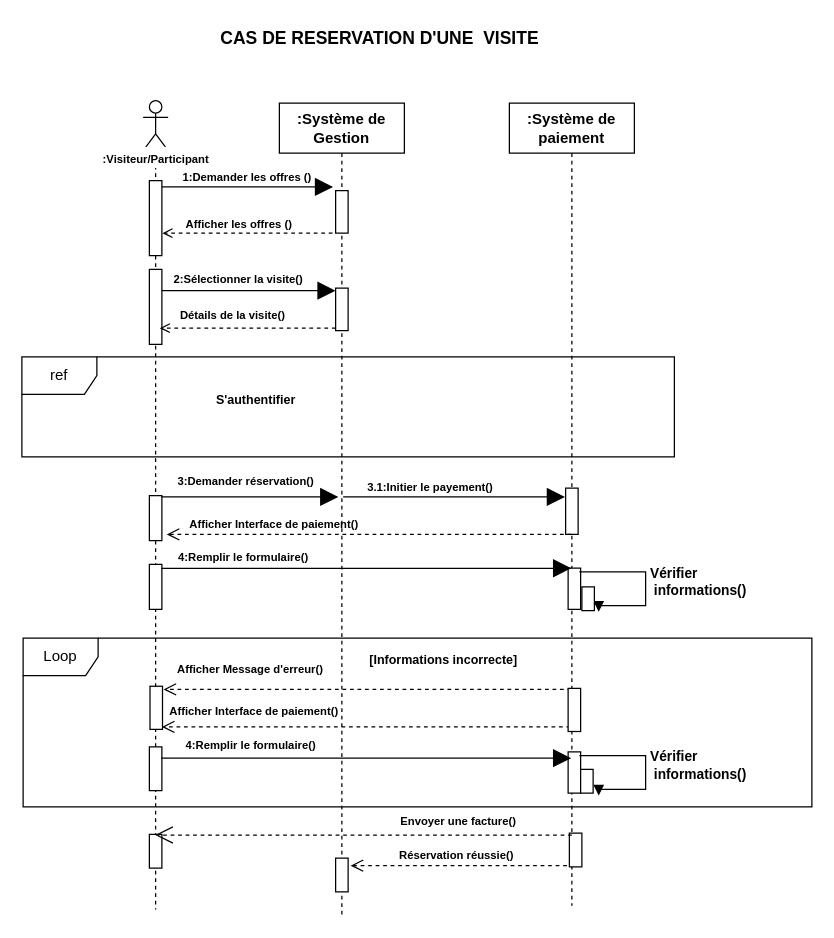
The draw.io diagram Diagramme sans nom.drawio in louis-fresnel99/TpGasaL1, before the edit. Source tidied: cells renumbered, new cells numbered last; positions are measured from the earlier drawing's top-left corner, leaving out a move shared by most shapes. Both pictures are drawn from the tidied source at 125%, with x=0, y=0 at pixel (21, 21).
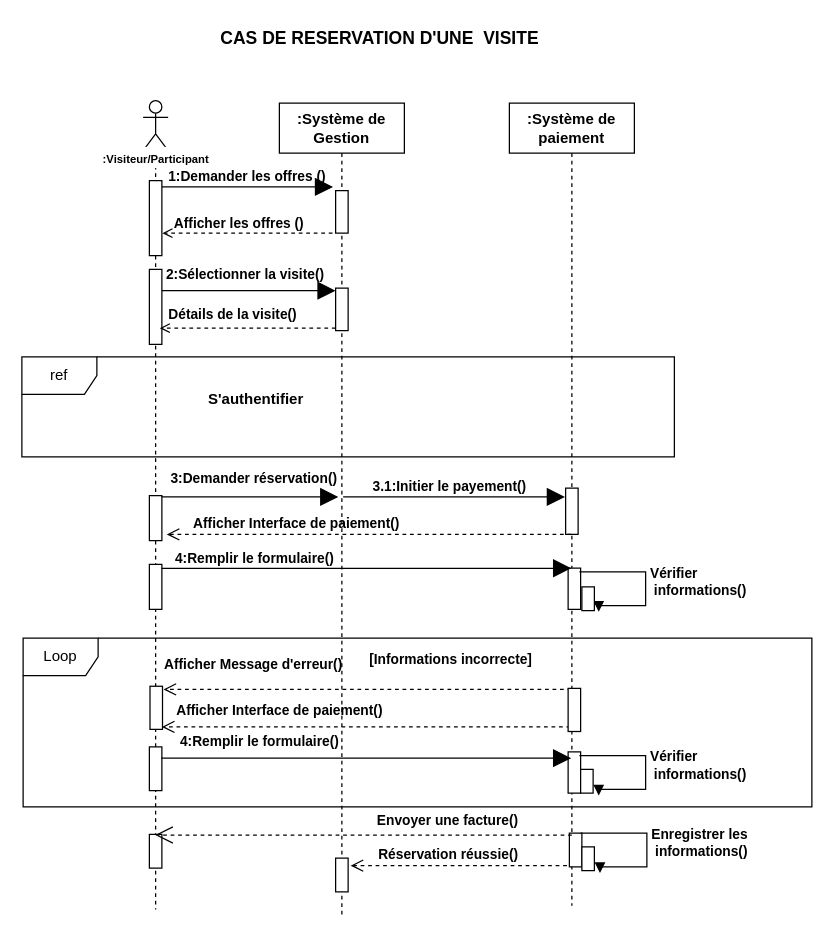
The same page after the edit.

Commit message:
Mettre à jour Diagramme sans nom.drawio

Unchanged cells that the change refers to:
```xml
<mxCell id="12" value="&lt;b&gt;:Système de paiement&lt;/b&gt;" style="shape=umlLifeline;perimeter=lifelinePerimeter;whiteSpace=wrap;html=1;outlineConnect=0;portConstraint=eastwest;newEdgeStyle={&quot;curved&quot;:0,&quot;rounded&quot;:0};fillColor=light-dark(#FFFFFF,#FFFFFF);fontColor=light-dark(#000000,#000000);strokeColor=light-dark(#000000,#000000);" parent="1" vertex="1">
  <mxGeometry x="390" y="65" width="100" height="642" as="geometry" />
</mxCell>
```

The edit, as a diff of the source:
```diff
@@
-<mxGraphModel background="light-dark(#FFFFFF,#FFFFFF)">
+<mxGraphModel background="#ffffff">
@@
+    <mxCell id="56" value="&lt;b&gt;Enregistrer les&lt;/b&gt;&lt;div&gt;&lt;b&gt;&amp;nbsp;informations&lt;/b&gt;&lt;b style=&quot;background-color: light-dark(#ffffff, var(--ge-dark-color, #121212)); color: light-dark(rgb(0, 0, 0), rgb(255, 255, 255));&quot;&gt;()&lt;/b&gt;&lt;/div&gt;" style="html=1;align=left;spacingLeft=2;endArrow=block;rounded=0;edgeStyle=orthogonalEdgeStyle;curved=0;rounded=0;" parent="12" edge="1">
+      <mxGeometry relative="1" as="geometry">
+        <mxPoint x="57" y="584" as="sourcePoint" />
+        <mxPoint x="72.5" y="616" as="targetPoint" />
+        <Array as="points">
+          <mxPoint x="110" y="584" />
+          <mxPoint x="110" y="611" />
+          <mxPoint x="73" y="611" />
+        </Array>
+      </mxGeometry>
+    </mxCell>
+    <mxCell id="57" style="html=1;perimeter=orthogonalPerimeter;targetShapes=umlLifeline;newEdgeStyle={&quot;curved&quot;:0,&quot;rounded&quot;:0};fillColor=light-dark(#FFFFFF,#FFFFFF);strokeColor=light-dark(#000000,#000000);" parent="12" vertex="1">
+      <mxGeometry x="58" y="595" width="10" height="19" as="geometry" />
+    </mxCell>
-    <mxCell id="20" value="&lt;font style=&quot;color: light-dark(rgb(0, 0, 0), rgb(0, 0, 0)); font-size: 9px;&quot;&gt;&lt;b style=&quot;&quot;&gt;1:Demander les offres ()&lt;/b&gt;&lt;/font&gt;" style="text;html=1;align=center;verticalAlign=middle;whiteSpace=wrap;rounded=0;" parent="1" vertex="1">
+    <mxCell id="20" value="&lt;font style=&quot;color: light-dark(rgb(0, 0, 0), rgb(0, 0, 0)); font-size: 11px;&quot;&gt;&lt;b style=&quot;&quot;&gt;1:Demander les offres ()&lt;/b&gt;&lt;/font&gt;" style="text;html=1;align=center;verticalAlign=middle;whiteSpace=wrap;rounded=0;" parent="1" vertex="1">
       <mxGeometry x="116" y="113" width="129" height="22" as="geometry" />
     </mxCell>
@@
-    <mxCell id="22" value="&lt;font style=&quot;color: light-dark(rgb(0, 0, 0), rgb(0, 0, 0)); font-size: 9px;&quot;&gt;&lt;b style=&quot;&quot;&gt;Afficher les offres ()&lt;/b&gt;&lt;/font&gt;" style="text;html=1;align=center;verticalAlign=middle;whiteSpace=wrap;rounded=0;" parent="1" vertex="1">
+    <mxCell id="22" value="&lt;font style=&quot;color: light-dark(rgb(0, 0, 0), rgb(0, 0, 0)); font-size: 11px;&quot;&gt;&lt;b style=&quot;&quot;&gt;Afficher les offres ()&lt;/b&gt;&lt;/font&gt;" style="text;html=1;align=center;verticalAlign=middle;whiteSpace=wrap;rounded=0;" parent="1" vertex="1">
       <mxGeometry x="115" y="150" width="118" height="22" as="geometry" />
     </mxCell>
@@
-    <mxCell id="24" value="&lt;font style=&quot;color: light-dark(rgb(0, 0, 0), rgb(0, 0, 0)); font-size: 9px;&quot;&gt;&lt;b&gt;2:&lt;/b&gt;&lt;b style=&quot;&quot;&gt;Sélectionner la visite()&lt;/b&gt;&lt;/font&gt;" style="text;html=1;align=center;verticalAlign=middle;whiteSpace=wrap;rounded=0;" parent="1" vertex="1">
-      <mxGeometry x="115.9" y="196" width="114.7" height="17" as="geometry" />
+    <mxCell id="24" value="&lt;font style=&quot;color: light-dark(rgb(0, 0, 0), rgb(0, 0, 0)); font-size: 11px;&quot;&gt;&lt;b style=&quot;&quot;&gt;2:&lt;/b&gt;&lt;b style=&quot;&quot;&gt;Sélectionner la visite()&lt;/b&gt;&lt;/font&gt;" style="text;html=1;align=center;verticalAlign=middle;whiteSpace=wrap;rounded=0;" parent="1" vertex="1">
+      <mxGeometry x="114.1" y="193" width="130.1" height="17" as="geometry" />
     </mxCell>
@@
-    <mxCell id="26" value="&lt;font style=&quot;color: light-dark(rgb(0, 0, 0), rgb(0, 0, 0)); font-size: 9px;&quot;&gt;&lt;b style=&quot;&quot;&gt;Détails de la visite()&lt;/b&gt;&lt;/font&gt;" style="text;html=1;align=center;verticalAlign=middle;whiteSpace=wrap;rounded=0;" parent="1" vertex="1">
+    <mxCell id="26" value="&lt;font style=&quot;color: light-dark(rgb(0, 0, 0), rgb(0, 0, 0)); font-size: 11px;&quot;&gt;&lt;b style=&quot;&quot;&gt;Détails de la visite()&lt;/b&gt;&lt;/font&gt;" style="text;html=1;align=center;verticalAlign=middle;whiteSpace=wrap;rounded=0;" parent="1" vertex="1">
       <mxGeometry x="110.3" y="223" width="118" height="22" as="geometry" />
     </mxCell>
@@
-    <mxCell id="28" value="&lt;font style=&quot;color: light-dark(rgb(0, 0, 0), rgb(0, 0, 0)); font-size: 9px;&quot;&gt;&lt;b style=&quot;&quot;&gt;3:Demander réservation()&lt;/b&gt;&lt;/font&gt;" style="text;html=1;align=center;verticalAlign=middle;whiteSpace=wrap;rounded=0;" parent="1" vertex="1">
-      <mxGeometry x="114.6" y="358" width="129" height="18" as="geometry" />
+    <mxCell id="28" value="&lt;font style=&quot;color: light-dark(rgb(0, 0, 0), rgb(0, 0, 0)); font-size: 11px;&quot;&gt;&lt;b style=&quot;&quot;&gt;3:Demander réservation()&lt;/b&gt;&lt;/font&gt;" style="text;html=1;align=center;verticalAlign=middle;whiteSpace=wrap;rounded=0;" parent="1" vertex="1">
+      <mxGeometry x="108.6" y="356" width="154.4" height="18" as="geometry" />
     </mxCell>
-    <mxCell id="29" value="&lt;font style=&quot;color: light-dark(rgb(0, 0, 0), rgb(0, 0, 0)); font-size: 9px;&quot;&gt;&lt;b&gt;Afficher Message d'erreur()&lt;/b&gt;&lt;/font&gt;" style="text;html=1;align=center;verticalAlign=middle;whiteSpace=wrap;rounded=0;" parent="1" vertex="1">
-      <mxGeometry x="119" y="508" width="128" height="17" as="geometry" />
+    <mxCell id="29" value="&lt;font style=&quot;color: light-dark(rgb(0, 0, 0), rgb(0, 0, 0)); font-size: 11px;&quot;&gt;&lt;b style=&quot;&quot;&gt;Afficher Message d'erreur()&lt;/b&gt;&lt;/font&gt;" style="text;html=1;align=center;verticalAlign=middle;whiteSpace=wrap;rounded=0;" parent="1" vertex="1">
+      <mxGeometry x="112" y="505" width="147" height="17" as="geometry" />
     </mxCell>
@@
-    <mxCell id="31" value="&lt;font style=&quot;color: light-dark(rgb(0, 0, 0), rgb(0, 0, 0));&quot;&gt;&lt;b&gt;4:Remplir le formulaire()&lt;/b&gt;&lt;/font&gt;" style="text;html=1;align=center;verticalAlign=middle;whiteSpace=wrap;rounded=0;fontSize=9;" parent="1" vertex="1">
-      <mxGeometry x="120.2" y="571" width="126.7" height="16" as="geometry" />
+    <mxCell id="31" value="&lt;font style=&quot;color: light-dark(rgb(0, 0, 0), rgb(0, 0, 0)); font-size: 11px;&quot;&gt;&lt;b&gt;4:Remplir le formulaire()&lt;/b&gt;&lt;/font&gt;" style="text;html=1;align=center;verticalAlign=middle;whiteSpace=wrap;rounded=0;fontSize=9;" parent="1" vertex="1">
+      <mxGeometry x="112" y="567.8" width="156.8" height="16" as="geometry" />
     </mxCell>
@@
-    <mxCell id="35" value="&lt;font style=&quot;color: light-dark(rgb(0, 0, 0), rgb(0, 0, 0)); font-size: 9px;&quot;&gt;&lt;b&gt;Envoyer une facture()&lt;/b&gt;&lt;/font&gt;" style="text;html=1;align=center;verticalAlign=middle;whiteSpace=wrap;rounded=0;" parent="1" vertex="1">
-      <mxGeometry x="293.5" y="630" width="110.5" height="17" as="geometry" />
+    <mxCell id="35" value="&lt;font style=&quot;color: light-dark(rgb(0, 0, 0), rgb(0, 0, 0)); font-size: 11px;&quot;&gt;&lt;b style=&quot;&quot;&gt;Envoyer une facture()&lt;/b&gt;&lt;/font&gt;" style="text;html=1;align=center;verticalAlign=middle;whiteSpace=wrap;rounded=0;" parent="1" vertex="1">
+      <mxGeometry x="278" y="630" width="126" height="17" as="geometry" />
     </mxCell>
-    <mxCell id="36" value="&lt;font style=&quot;color: light-dark(rgb(0, 0, 0), rgb(0, 0, 0)); font-size: 9px;&quot;&gt;&lt;b&gt;Réservation réussie()&lt;/b&gt;&lt;/font&gt;" style="text;html=1;align=center;verticalAlign=middle;whiteSpace=wrap;rounded=0;" parent="1" vertex="1">
-      <mxGeometry x="295" y="657" width="106.1" height="17" as="geometry" />
+    <mxCell id="36" value="&lt;font style=&quot;color: light-dark(rgb(0, 0, 0), rgb(0, 0, 0)); font-size: 11px;&quot;&gt;&lt;b style=&quot;&quot;&gt;Réservation réussie()&lt;/b&gt;&lt;/font&gt;" style="text;html=1;align=center;verticalAlign=middle;whiteSpace=wrap;rounded=0;" parent="1" vertex="1">
+      <mxGeometry x="279.2" y="657" width="125" height="17" as="geometry" />
     </mxCell>
@@
-    <mxCell id="39" value="&lt;b style=&quot;font-size: 10px;&quot;&gt;S'authentifier&lt;/b&gt;" style="text;html=1;align=center;verticalAlign=middle;whiteSpace=wrap;rounded=0;" parent="1" vertex="1">
+    <mxCell id="39" value="&lt;b style=&quot;&quot;&gt;&lt;font style=&quot;font-size: 12px;&quot;&gt;S'authentifier&lt;/font&gt;&lt;/b&gt;" style="text;html=1;align=center;verticalAlign=middle;whiteSpace=wrap;rounded=0;" parent="1" vertex="1">
       <mxGeometry x="119" y="287" width="137" height="30" as="geometry" />
     </mxCell>
@@
-    <mxCell id="41" value="&lt;font style=&quot;color: light-dark(rgb(0, 0, 0), rgb(0, 0, 0)); font-size: 10px;&quot;&gt;&lt;b&gt;[Informations incorrecte]&amp;nbsp;&lt;/b&gt;&lt;/font&gt;" style="text;html=1;align=center;verticalAlign=middle;whiteSpace=wrap;rounded=0;" parent="1" vertex="1">
-      <mxGeometry x="274" y="495" width="130" height="30" as="geometry" />
+    <mxCell id="41" value="&lt;font style=&quot;color: light-dark(rgb(0, 0, 0), rgb(0, 0, 0)); font-size: 11px;&quot;&gt;&lt;b style=&quot;&quot;&gt;[Informations incorrecte]&amp;nbsp;&lt;/b&gt;&lt;/font&gt;" style="text;html=1;align=center;verticalAlign=middle;whiteSpace=wrap;rounded=0;" parent="1" vertex="1">
+      <mxGeometry x="274" y="495" width="142" height="30" as="geometry" />
     </mxCell>
@@
-    <mxCell id="44" value="&lt;font style=&quot;color: light-dark(rgb(0, 0, 0), rgb(0, 0, 0)); font-size: 9px;&quot;&gt;&lt;b&gt;Afficher Interface de paiement()&lt;/b&gt;&lt;/font&gt;" style="text;html=1;align=center;verticalAlign=middle;whiteSpace=wrap;rounded=0;" parent="1" vertex="1">
-      <mxGeometry x="116" y="392" width="172.4" height="17" as="geometry" />
+    <mxCell id="44" value="&lt;font style=&quot;color: light-dark(rgb(0, 0, 0), rgb(0, 0, 0)); font-size: 11px;&quot;&gt;&lt;b style=&quot;&quot;&gt;Afficher Interface de paiement()&lt;/b&gt;&lt;/font&gt;" style="text;html=1;align=center;verticalAlign=middle;whiteSpace=wrap;rounded=0;" parent="1" vertex="1">
+      <mxGeometry x="133.6" y="392" width="172.4" height="17" as="geometry" />
     </mxCell>
@@
-    <mxCell id="46" value="&lt;font style=&quot;color: light-dark(rgb(0, 0, 0), rgb(0, 0, 0));&quot;&gt;&lt;b&gt;4:Remplir le formulaire()&lt;/b&gt;&lt;/font&gt;" style="text;html=1;align=center;verticalAlign=middle;whiteSpace=wrap;rounded=0;fontSize=9;" parent="1" vertex="1">
-      <mxGeometry x="114" y="421" width="126.7" height="16" as="geometry" />
+    <mxCell id="46" value="&lt;font style=&quot;color: light-dark(rgb(0, 0, 0), rgb(0, 0, 0)); font-size: 11px;&quot;&gt;&lt;b&gt;4:Remplir le formulaire()&lt;/b&gt;&lt;/font&gt;" style="text;html=1;align=center;verticalAlign=middle;whiteSpace=wrap;rounded=0;fontSize=9;" parent="1" vertex="1">
+      <mxGeometry x="114" y="421" width="145" height="16" as="geometry" />
     </mxCell>
@@
-    <mxCell id="48" value="&lt;font style=&quot;color: light-dark(rgb(0, 0, 0), rgb(0, 0, 0)); font-size: 9px;&quot;&gt;&lt;b&gt;3.1:Initier le payement()&lt;/b&gt;&lt;/font&gt;" style="text;html=1;align=center;verticalAlign=middle;whiteSpace=wrap;rounded=0;" parent="1" vertex="1">
-      <mxGeometry x="269.5" y="363" width="114" height="17" as="geometry" />
+    <mxCell id="48" value="&lt;font style=&quot;color: light-dark(rgb(0, 0, 0), rgb(0, 0, 0)); font-size: 11px;&quot;&gt;&lt;b style=&quot;&quot;&gt;3.1:Initier le payement()&lt;/b&gt;&lt;/font&gt;" style="text;html=1;align=center;verticalAlign=middle;whiteSpace=wrap;rounded=0;" parent="1" vertex="1">
+      <mxGeometry x="269.5" y="363" width="144.5" height="17" as="geometry" />
     </mxCell>
@@
-    <mxCell id="51" value="&lt;font style=&quot;color: light-dark(rgb(0, 0, 0), rgb(0, 0, 0)); font-size: 9px;&quot;&gt;&lt;b&gt;Afficher Interface de paiement()&lt;/b&gt;&lt;/font&gt;" style="text;html=1;align=center;verticalAlign=middle;whiteSpace=wrap;rounded=0;" parent="1" vertex="1">
-      <mxGeometry x="116.7" y="542" width="138.3" height="17" as="geometry" />
+    <mxCell id="51" value="&lt;font style=&quot;color: light-dark(rgb(0, 0, 0), rgb(0, 0, 0)); font-size: 11px;&quot;&gt;&lt;b style=&quot;&quot;&gt;Afficher Interface de paiement()&lt;/b&gt;&lt;/font&gt;" style="text;html=1;align=center;verticalAlign=middle;whiteSpace=wrap;rounded=0;" parent="1" vertex="1">
+      <mxGeometry x="116.7" y="542" width="179.3" height="17" as="geometry" />
     </mxCell>
```
